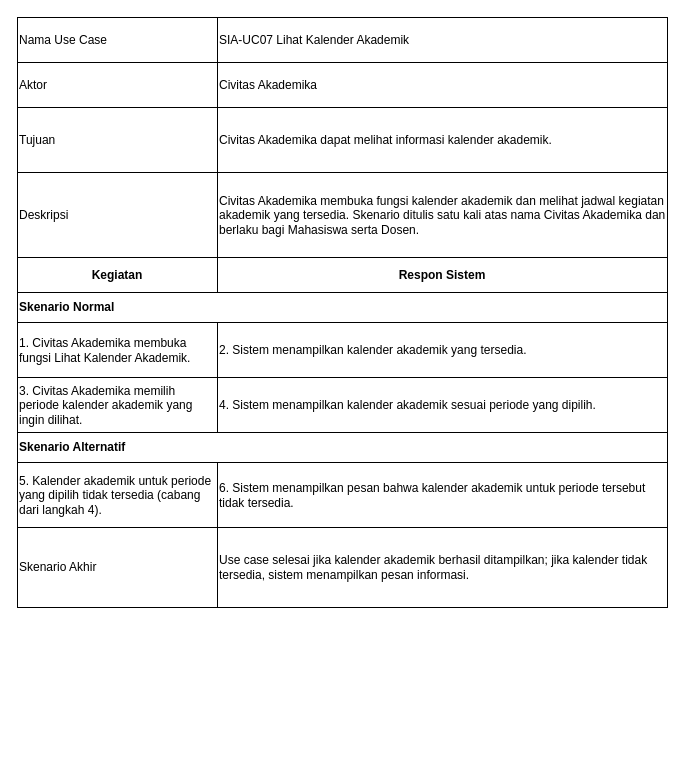
Above: page "SIA-UC07" (1 of 7) of 04_model_analisis/P05/SIA/P05_2406030_SIA_skenario_v01.drawio in eyka02/IFRWP5149_2406030_LabAlat (draw.io), before the change. Source tidied: cells renumbered, new cells numbered last; positions are measured from the earlier drawing's top-left corner, leaving out a move shared by most shapes. Both pictures are drawn from the tidied source at 100%, with x=0, y=0 at pixel (17, 17).
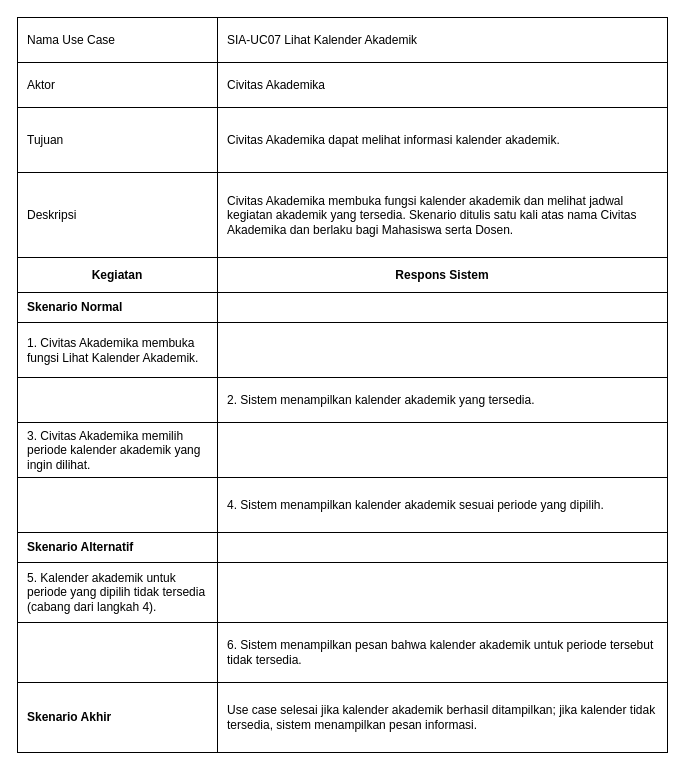
The same page after the edit.

Change to the diagram source:
```diff
@@
-    <mxCell id="2" style="shape=table;startSize=0;childLayout=tableLayout;fixedHeader=1;tableRender=collapsed;fillColor=none;strokeColor=#000000;" parent="1" vertex="1">
-      <mxGeometry width="650" height="590" as="geometry" />
+    <mxCell id="2" style="shape=table;startSize=0;childLayout=tableLayout;fixedHeader=1;tableRender=collapsed;fillColor=none;strokeColor=#000000;strokeWidth=1;" parent="1" vertex="1">
+      <mxGeometry width="650" height="735" as="geometry" />
     </mxCell>
-    <mxCell id="3" style="shape=tableRow;horizontal=0;startSize=0;" parent="2" vertex="1">
+    <mxCell id="3" style="shape=tableRow;horizontal=0;startSize=0;strokeColor=#000000;strokeWidth=1;fillColor=none;" parent="2" vertex="1">
       <mxGeometry width="650" height="45" as="geometry" />
     </mxCell>
-    <mxCell id="4" value="Nama Use Case" style="shape=partialRectangle;html=1;whiteSpace=wrap;align=left;verticalAlign=middle;fillColor=none;strokeColor=#000000;" parent="3" vertex="1">
+    <mxCell id="4" value="Nama Use Case" style="shape=partialRectangle;html=1;whiteSpace=wrap;align=left;verticalAlign=middle;spacingLeft=8;fillColor=none;strokeColor=#000000;strokeWidth=1;" parent="3" vertex="1">
       <mxGeometry width="200" height="45" as="geometry" />
     </mxCell>
-    <mxCell id="5" value="SIA-UC07 Lihat Kalender Akademik" style="shape=partialRectangle;html=1;whiteSpace=wrap;align=left;verticalAlign=middle;fillColor=none;strokeColor=#000000;" parent="3" vertex="1">
+    <mxCell id="5" value="SIA-UC07 Lihat Kalender Akademik" style="shape=partialRectangle;html=1;whiteSpace=wrap;align=left;verticalAlign=middle;spacingLeft=8;fillColor=none;strokeColor=#000000;strokeWidth=1;" parent="3" vertex="1">
       <mxGeometry x="200" width="450" height="45" as="geometry" />
     </mxCell>
-    <mxCell id="6" style="shape=tableRow;horizontal=0;startSize=0;" parent="2" vertex="1">
+    <mxCell id="6" style="shape=tableRow;horizontal=0;startSize=0;strokeColor=#000000;strokeWidth=1;fillColor=none;" parent="2" vertex="1">
       <mxGeometry y="45" width="650" height="45" as="geometry" />
     </mxCell>
-    <mxCell id="7" value="Aktor" style="shape=partialRectangle;html=1;whiteSpace=wrap;align=left;verticalAlign=middle;fillColor=none;strokeColor=#000000;" parent="6" vertex="1">
+    <mxCell id="7" value="Aktor" style="shape=partialRectangle;html=1;whiteSpace=wrap;align=left;verticalAlign=middle;spacingLeft=8;fillColor=none;strokeColor=#000000;strokeWidth=1;" parent="6" vertex="1">
       <mxGeometry width="200" height="45" as="geometry" />
     </mxCell>
-    <mxCell id="8" value="Civitas Akademika" style="shape=partialRectangle;html=1;whiteSpace=wrap;align=left;verticalAlign=middle;fillColor=none;strokeColor=#000000;" parent="6" vertex="1">
+    <mxCell id="8" value="Civitas Akademika" style="shape=partialRectangle;html=1;whiteSpace=wrap;align=left;verticalAlign=middle;spacingLeft=8;fillColor=none;strokeColor=#000000;strokeWidth=1;" parent="6" vertex="1">
       <mxGeometry x="200" width="450" height="45" as="geometry" />
     </mxCell>
-    <mxCell id="9" style="shape=tableRow;horizontal=0;startSize=0;" parent="2" vertex="1">
+    <mxCell id="9" style="shape=tableRow;horizontal=0;startSize=0;strokeColor=#000000;strokeWidth=1;fillColor=none;" parent="2" vertex="1">
       <mxGeometry y="90" width="650" height="65" as="geometry" />
     </mxCell>
-    <mxCell id="10" value="Tujuan" style="shape=partialRectangle;html=1;whiteSpace=wrap;align=left;verticalAlign=middle;fillColor=none;strokeColor=#000000;" parent="9" vertex="1">
+    <mxCell id="10" value="Tujuan" style="shape=partialRectangle;html=1;whiteSpace=wrap;align=left;verticalAlign=middle;spacingLeft=8;fillColor=none;strokeColor=#000000;strokeWidth=1;" parent="9" vertex="1">
       <mxGeometry width="200" height="65" as="geometry" />
     </mxCell>
-    <mxCell id="11" value="Civitas Akademika dapat melihat informasi kalender akademik." style="shape=partialRectangle;html=1;whiteSpace=wrap;align=left;verticalAlign=middle;fillColor=none;strokeColor=#000000;" parent="9" vertex="1">
+    <mxCell id="11" value="Civitas Akademika dapat melihat informasi kalender akademik." style="shape=partialRectangle;html=1;whiteSpace=wrap;align=left;verticalAlign=middle;spacingLeft=8;spacingRight=8;fillColor=none;strokeColor=#000000;strokeWidth=1;" parent="9" vertex="1">
       <mxGeometry x="200" width="450" height="65" as="geometry" />
     </mxCell>
-    <mxCell id="12" style="shape=tableRow;horizontal=0;startSize=0;" parent="2" vertex="1">
+    <mxCell id="12" style="shape=tableRow;horizontal=0;startSize=0;strokeColor=#000000;strokeWidth=1;fillColor=none;" parent="2" vertex="1">
       <mxGeometry y="155" width="650" height="85" as="geometry" />
     </mxCell>
-    <mxCell id="13" value="Deskripsi" style="shape=partialRectangle;html=1;whiteSpace=wrap;align=left;verticalAlign=middle;fillColor=none;strokeColor=#000000;" parent="12" vertex="1">
+    <mxCell id="13" value="Deskripsi" style="shape=partialRectangle;html=1;whiteSpace=wrap;align=left;verticalAlign=middle;spacingLeft=8;fillColor=none;strokeColor=#000000;strokeWidth=1;" parent="12" vertex="1">
       <mxGeometry width="200" height="85" as="geometry" />
     </mxCell>
-    <mxCell id="14" value="Civitas Akademika membuka fungsi kalender akademik dan melihat jadwal kegiatan akademik yang tersedia. Skenario ditulis satu kali atas nama Civitas Akademika dan berlaku bagi Mahasiswa serta Dosen." style="shape=partialRectangle;html=1;whiteSpace=wrap;align=left;verticalAlign=middle;fillColor=none;strokeColor=#000000;" parent="12" vertex="1">
+    <mxCell id="14" value="Civitas Akademika membuka fungsi kalender akademik dan melihat jadwal kegiatan akademik yang tersedia. Skenario ditulis satu kali atas nama Civitas Akademika dan berlaku bagi Mahasiswa serta Dosen." style="shape=partialRectangle;html=1;whiteSpace=wrap;align=left;verticalAlign=middle;spacingLeft=8;spacingRight=8;fillColor=none;strokeColor=#000000;strokeWidth=1;" parent="12" vertex="1">
       <mxGeometry x="200" width="450" height="85" as="geometry" />
     </mxCell>
-    <mxCell id="15" style="shape=tableRow;horizontal=0;startSize=0;" parent="2" vertex="1">
+    <mxCell id="15" style="shape=tableRow;horizontal=0;startSize=0;strokeColor=#000000;strokeWidth=1;fillColor=none;" parent="2" vertex="1">
       <mxGeometry y="240" width="650" height="35" as="geometry" />
     </mxCell>
-    <mxCell id="16" value="Kegiatan" style="shape=partialRectangle;html=1;whiteSpace=wrap;align=center;verticalAlign=middle;fontStyle=1;fillColor=none;strokeColor=#000000;" parent="15" vertex="1">
+    <mxCell id="16" value="Kegiatan" style="shape=partialRectangle;html=1;whiteSpace=wrap;align=center;verticalAlign=middle;fontStyle=1;fillColor=none;strokeColor=#000000;strokeWidth=1;" parent="15" vertex="1">
       <mxGeometry width="200" height="35" as="geometry" />
     </mxCell>
-    <mxCell id="17" value="Respon Sistem" style="shape=partialRectangle;html=1;whiteSpace=wrap;align=center;verticalAlign=middle;fontStyle=1;fillColor=none;strokeColor=#000000;" parent="15" vertex="1">
+    <mxCell id="17" value="Respons Sistem" style="shape=partialRectangle;html=1;whiteSpace=wrap;align=center;verticalAlign=middle;fontStyle=1;fillColor=none;strokeColor=#000000;strokeWidth=1;" parent="15" vertex="1">
       <mxGeometry x="200" width="450" height="35" as="geometry" />
     </mxCell>
-    <mxCell id="18" style="shape=tableRow;horizontal=0;startSize=0;" parent="2" vertex="1">
+    <mxCell id="18" style="shape=tableRow;horizontal=0;startSize=0;strokeColor=#000000;strokeWidth=1;fillColor=none;" parent="2" vertex="1">
       <mxGeometry y="275" width="650" height="30" as="geometry" />
     </mxCell>
-    <mxCell id="19" value="Skenario Normal" style="shape=partialRectangle;html=1;whiteSpace=wrap;align=left;verticalAlign=middle;fontStyle=1;fillColor=none;strokeColor=#000000;" parent="18" vertex="1">
+    <mxCell id="19" value="Skenario Normal" style="shape=partialRectangle;html=1;whiteSpace=wrap;align=left;verticalAlign=middle;spacingLeft=8;fontStyle=1;fillColor=none;strokeColor=#000000;strokeWidth=1;" parent="18" vertex="1">
       <mxGeometry width="650" height="30" as="geometry" />
     </mxCell>
-    <mxCell id="20" style="shape=tableRow;horizontal=0;startSize=0;" parent="2" vertex="1">
+    <mxCell id="20" style="shape=tableRow;horizontal=0;startSize=0;strokeColor=#000000;strokeWidth=1;fillColor=none;" parent="2" vertex="1">
       <mxGeometry y="305" width="650" height="55" as="geometry" />
     </mxCell>
-    <mxCell id="21" value="1. Civitas Akademika membuka fungsi Lihat Kalender Akademik." style="shape=partialRectangle;html=1;whiteSpace=wrap;align=left;verticalAlign=middle;fillColor=none;strokeColor=#000000;" parent="20" vertex="1">
+    <mxCell id="21" value="1. Civitas Akademika membuka fungsi Lihat Kalender Akademik." style="shape=partialRectangle;html=1;whiteSpace=wrap;align=left;verticalAlign=middle;spacingLeft=8;spacingRight=8;fillColor=none;strokeColor=#000000;strokeWidth=1;" parent="20" vertex="1">
       <mxGeometry width="200" height="55" as="geometry" />
     </mxCell>
-    <mxCell id="22" value="2. Sistem menampilkan kalender akademik yang tersedia." style="shape=partialRectangle;html=1;whiteSpace=wrap;align=left;verticalAlign=middle;fillColor=none;strokeColor=#000000;" parent="20" vertex="1">
+    <mxCell id="22" style="shape=partialRectangle;html=1;whiteSpace=wrap;align=left;verticalAlign=middle;fillColor=none;strokeColor=#000000;strokeWidth=1;" parent="20" vertex="1">
       <mxGeometry x="200" width="450" height="55" as="geometry" />
     </mxCell>
-    <mxCell id="23" style="shape=tableRow;horizontal=0;startSize=0;" parent="2" vertex="1">
-      <mxGeometry y="360" width="650" height="55" as="geometry" />
+    <mxCell id="23" style="shape=tableRow;horizontal=0;startSize=0;strokeColor=#000000;strokeWidth=1;fillColor=none;" parent="2" vertex="1">
+      <mxGeometry y="360" width="650" height="45" as="geometry" />
     </mxCell>
-    <mxCell id="24" value="3. Civitas Akademika memilih periode kalender akademik yang ingin dilihat." style="shape=partialRectangle;html=1;whiteSpace=wrap;align=left;verticalAlign=middle;fillColor=none;strokeColor=#000000;" parent="23" vertex="1">
-      <mxGeometry width="200" height="55" as="geometry" />
+    <mxCell id="24" style="shape=partialRectangle;html=1;whiteSpace=wrap;align=left;verticalAlign=middle;fillColor=none;strokeColor=#000000;strokeWidth=1;" parent="23" vertex="1">
+      <mxGeometry width="200" height="45" as="geometry" />
     </mxCell>
-    <mxCell id="25" value="4. Sistem menampilkan kalender akademik sesuai periode yang dipilih." style="shape=partialRectangle;html=1;whiteSpace=wrap;align=left;verticalAlign=middle;fillColor=none;strokeColor=#000000;" parent="23" vertex="1">
-      <mxGeometry x="200" width="450" height="55" as="geometry" />
+    <mxCell id="25" value="2. Sistem menampilkan kalender akademik yang tersedia." style="shape=partialRectangle;html=1;whiteSpace=wrap;align=left;verticalAlign=middle;spacingLeft=8;spacingRight=8;fillColor=none;strokeColor=#000000;strokeWidth=1;" parent="23" vertex="1">
+      <mxGeometry x="200" width="450" height="45" as="geometry" />
     </mxCell>
-    <mxCell id="26" style="shape=tableRow;horizontal=0;startSize=0;" parent="2" vertex="1">
-      <mxGeometry y="415" width="650" height="30" as="geometry" />
+    <mxCell id="26" style="shape=tableRow;horizontal=0;startSize=0;strokeColor=#000000;strokeWidth=1;fillColor=none;" parent="2" vertex="1">
+      <mxGeometry y="405" width="650" height="55" as="geometry" />
     </mxCell>
-    <mxCell id="27" value="Skenario Alternatif" style="shape=partialRectangle;html=1;whiteSpace=wrap;align=left;verticalAlign=middle;fontStyle=1;fillColor=none;strokeColor=#000000;" parent="26" vertex="1">
-      <mxGeometry width="650" height="30" as="geometry" />
-    </mxCell>
+    <mxCell id="34" value="3. Civitas Akademika memilih periode kalender akademik yang ingin dilihat." style="shape=partialRectangle;html=1;whiteSpace=wrap;align=left;verticalAlign=middle;spacingLeft=8;spacingRight=8;fillColor=none;strokeColor=#000000;strokeWidth=1;" parent="26" vertex="1">
+      <mxGeometry width="200" height="55" as="geometry" />
+    </mxCell>
+    <mxCell id="35" style="shape=partialRectangle;html=1;whiteSpace=wrap;align=left;verticalAlign=middle;fillColor=none;strokeColor=#000000;strokeWidth=1;" parent="26" vertex="1">
+      <mxGeometry x="200" width="450" height="55" as="geometry" />
+    </mxCell>
-    <mxCell id="28" style="shape=tableRow;horizontal=0;startSize=0;" parent="2" vertex="1">
-      <mxGeometry y="445" width="650" height="65" as="geometry" />
+    <mxCell id="28" style="shape=tableRow;horizontal=0;startSize=0;strokeColor=#000000;strokeWidth=1;fillColor=none;" parent="2" vertex="1">
+      <mxGeometry y="460" width="650" height="55" as="geometry" />
     </mxCell>
-    <mxCell id="29" value="5. Kalender akademik untuk periode yang dipilih tidak tersedia (cabang dari langkah 4)." style="shape=partialRectangle;html=1;whiteSpace=wrap;align=left;verticalAlign=middle;fillColor=none;strokeColor=#000000;" parent="28" vertex="1">
-      <mxGeometry width="200" height="65" as="geometry" />
+    <mxCell id="29" style="shape=partialRectangle;html=1;whiteSpace=wrap;align=left;verticalAlign=middle;fillColor=none;strokeColor=#000000;strokeWidth=1;" parent="28" vertex="1">
+      <mxGeometry width="200" height="55" as="geometry" />
     </mxCell>
-    <mxCell id="30" value="6. Sistem menampilkan pesan bahwa kalender akademik untuk periode tersebut tidak tersedia." style="shape=partialRectangle;html=1;whiteSpace=wrap;align=left;verticalAlign=middle;fillColor=none;strokeColor=#000000;" parent="28" vertex="1">
-      <mxGeometry x="200" width="450" height="65" as="geometry" />
+    <mxCell id="30" value="4. Sistem menampilkan kalender akademik sesuai periode yang dipilih." style="shape=partialRectangle;html=1;whiteSpace=wrap;align=left;verticalAlign=middle;spacingLeft=8;spacingRight=8;fillColor=none;strokeColor=#000000;strokeWidth=1;" parent="28" vertex="1">
+      <mxGeometry x="200" width="450" height="55" as="geometry" />
     </mxCell>
-    <mxCell id="31" style="shape=tableRow;horizontal=0;startSize=0;" parent="2" vertex="1">
-      <mxGeometry y="510" width="650" height="80" as="geometry" />
+    <mxCell id="31" style="shape=tableRow;horizontal=0;startSize=0;strokeColor=#000000;strokeWidth=1;fillColor=none;" parent="2" vertex="1">
+      <mxGeometry y="515" width="650" height="30" as="geometry" />
     </mxCell>
+    <mxCell id="27" value="Skenario Alternatif" style="shape=partialRectangle;html=1;whiteSpace=wrap;align=left;verticalAlign=middle;spacingLeft=8;fontStyle=1;fillColor=none;strokeColor=#000000;strokeWidth=1;" parent="31" vertex="1">
+      <mxGeometry width="650" height="30" as="geometry" />
+    </mxCell>
+    <mxCell id="36" style="shape=tableRow;horizontal=0;startSize=0;strokeColor=#000000;strokeWidth=1;fillColor=none;" parent="2" vertex="1">
+      <mxGeometry y="545" width="650" height="60" as="geometry" />
+    </mxCell>
+    <mxCell id="37" value="5. Kalender akademik untuk periode yang dipilih tidak tersedia (cabang dari langkah 4)." style="shape=partialRectangle;html=1;whiteSpace=wrap;align=left;verticalAlign=middle;spacingLeft=8;spacingRight=8;fillColor=none;strokeColor=#000000;strokeWidth=1;" parent="36" vertex="1">
+      <mxGeometry width="200" height="60" as="geometry" />
+    </mxCell>
+    <mxCell id="38" style="shape=partialRectangle;html=1;whiteSpace=wrap;align=left;verticalAlign=middle;fillColor=none;strokeColor=#000000;strokeWidth=1;" parent="36" vertex="1">
+      <mxGeometry x="200" width="450" height="60" as="geometry" />
+    </mxCell>
+    <mxCell id="39" style="shape=tableRow;horizontal=0;startSize=0;strokeColor=#000000;strokeWidth=1;fillColor=none;" parent="2" vertex="1">
+      <mxGeometry y="605" width="650" height="60" as="geometry" />
+    </mxCell>
+    <mxCell id="40" style="shape=partialRectangle;html=1;whiteSpace=wrap;align=left;verticalAlign=middle;fillColor=none;strokeColor=#000000;strokeWidth=1;" parent="39" vertex="1">
+      <mxGeometry width="200" height="60" as="geometry" />
+    </mxCell>
+    <mxCell id="41" value="6. Sistem menampilkan pesan bahwa kalender akademik untuk periode tersebut tidak tersedia." style="shape=partialRectangle;html=1;whiteSpace=wrap;align=left;verticalAlign=middle;spacingLeft=8;spacingRight=8;fillColor=none;strokeColor=#000000;strokeWidth=1;" parent="39" vertex="1">
+      <mxGeometry x="200" width="450" height="60" as="geometry" />
+    </mxCell>
+    <mxCell id="42" style="shape=tableRow;horizontal=0;startSize=0;strokeColor=#000000;strokeWidth=1;fillColor=none;" parent="2" vertex="1">
+      <mxGeometry y="665" width="650" height="70" as="geometry" />
+    </mxCell>
-    <mxCell id="32" value="Skenario Akhir" style="shape=partialRectangle;html=1;whiteSpace=wrap;align=left;verticalAlign=middle;fillColor=none;strokeColor=#000000;" parent="31" vertex="1">
-      <mxGeometry width="200" height="80" as="geometry" />
+    <mxCell id="32" value="Skenario Akhir" style="shape=partialRectangle;html=1;whiteSpace=wrap;align=left;verticalAlign=middle;spacingLeft=8;fontStyle=1;fillColor=none;strokeColor=#000000;strokeWidth=1;" parent="42" vertex="1">
+      <mxGeometry width="200" height="70" as="geometry" />
     </mxCell>
-    <mxCell id="33" value="Use case selesai jika kalender akademik berhasil ditampilkan; jika kalender tidak tersedia, sistem menampilkan pesan informasi." style="shape=partialRectangle;html=1;whiteSpace=wrap;align=left;verticalAlign=middle;fillColor=none;strokeColor=#000000;" parent="31" vertex="1">
-      <mxGeometry x="200" width="450" height="80" as="geometry" />
+    <mxCell id="33" value="Use case selesai jika kalender akademik berhasil ditampilkan; jika kalender tidak tersedia, sistem menampilkan pesan informasi." style="shape=partialRectangle;html=1;whiteSpace=wrap;align=left;verticalAlign=middle;spacingLeft=8;spacingRight=8;fillColor=none;strokeColor=#000000;strokeWidth=1;" parent="42" vertex="1">
+      <mxGeometry x="200" width="450" height="70" as="geometry" />
     </mxCell>
```
